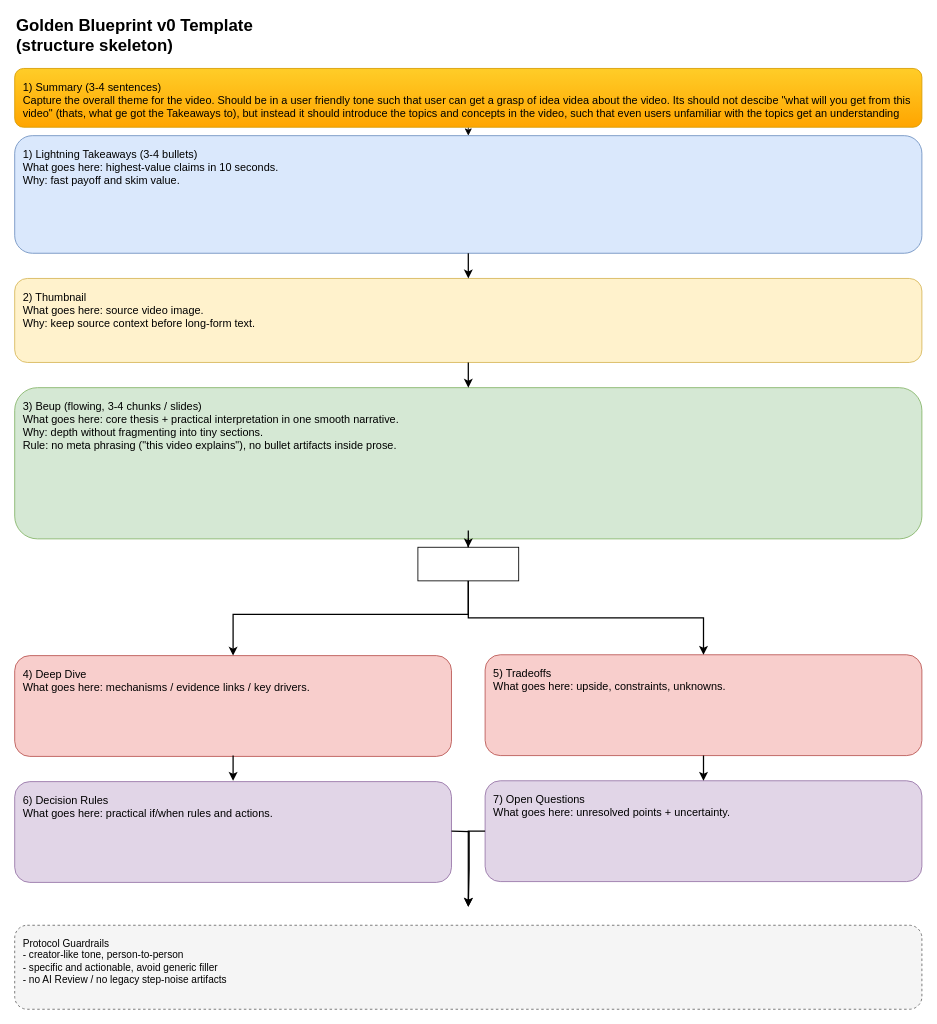
Above: page "Golden BP v0 (Core)" (1 of 2) of docs/golden_blueprint/diagrams/golden_bp_template_v0.drawio in dsvikstrand/remix-of-stackwise-advisor (draw.io), before the change. Source tidied: cells renumbered, new cells numbered last; positions are measured from the earlier drawing's top-left corner, leaving out a move shared by most shapes. Both pictures are drawn from the tidied source at 84%, with x=0, y=0 at pixel (14, 18).
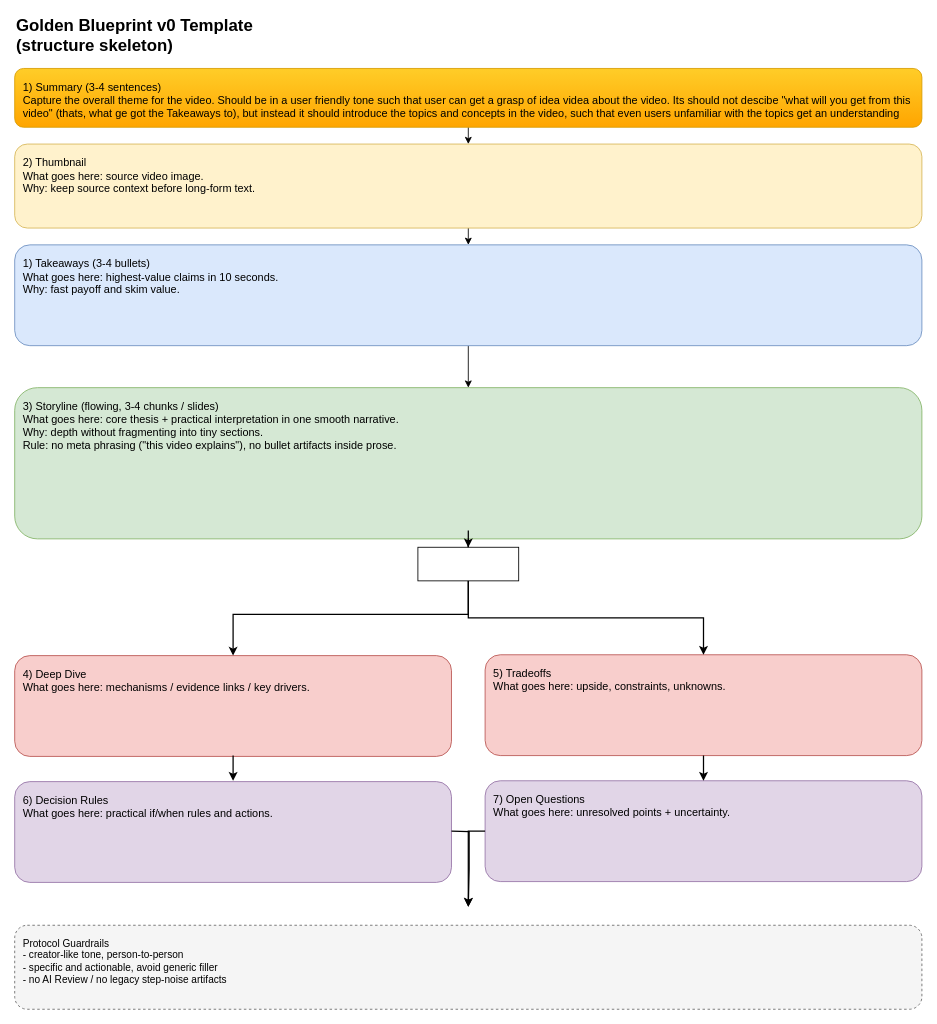
The same page after the edit.

The change refers to these unchanged cells:
```xml
<mxCell id="20" value="1)&amp;nbsp;&lt;span style=&quot;color: rgb(0, 0, 0);&quot;&gt;Summary&amp;nbsp;&lt;/span&gt;(3-4 sentences)&lt;div&gt;Capture the overall theme for the video. Should be in a user friendly tone such that user can get a grasp of idea videa about the video. Its should not descibe &quot;what will you get from this video&quot; (thats, what ge got the Takeaways to), but instead it should introduce the topics and concepts in the video, such that even users unfamiliar with the topics get an understanding&lt;/div&gt;" style="rounded=1;whiteSpace=wrap;html=1;fillColor=#ffcd28;strokeColor=#d79b00;fontSize=13;align=left;verticalAlign=top;spacing=10;gradientColor=#ffa500;" parent="1" vertex="1">
  <mxGeometry y="60" width="1080" height="70" as="geometry" />
</mxCell>
```

Diff of the diagram source:
```diff
@@
+    <mxCell id="23" style="edgeStyle=none;html=1;entryX=0.5;entryY=0;entryDx=0;entryDy=0;" parent="1" edge="1" source="3" target="5">
+      <mxGeometry relative="1" as="geometry" />
+    </mxCell>
-    <mxCell id="3" value="1) Lightning Takeaways (3-4 bullets)&#10;What goes here: highest-value claims in 10 seconds.&#10;Why: fast payoff and skim value." style="rounded=1;whiteSpace=wrap;html=1;fillColor=#dae8fc;strokeColor=#6c8ebf;fontSize=13;align=left;verticalAlign=top;spacing=10;" parent="1" vertex="1">
-      <mxGeometry y="140" width="1080" height="140" as="geometry" />
+    <mxCell id="3" value="1) Takeaways (3-4 bullets)&lt;br&gt;What goes here: highest-value claims in 10 seconds.&lt;br&gt;Why: fast payoff and skim value." style="rounded=1;whiteSpace=wrap;html=1;fillColor=#dae8fc;strokeColor=#6c8ebf;fontSize=13;align=left;verticalAlign=top;spacing=10;" parent="1" vertex="1">
+      <mxGeometry y="270" width="1080" height="120" as="geometry" />
     </mxCell>
+    <mxCell id="24" style="edgeStyle=none;html=1;exitX=0.5;exitY=1;exitDx=0;exitDy=0;entryX=0.5;entryY=0;entryDx=0;entryDy=0;" parent="1" edge="1" source="4" target="3">
+      <mxGeometry relative="1" as="geometry" />
+    </mxCell>
     <mxCell id="4" value="2) Thumbnail&#10;What goes here: source video image.&#10;Why: keep source context before long-form text." style="rounded=1;whiteSpace=wrap;html=1;fillColor=#fff2cc;strokeColor=#d6b656;fontSize=13;align=left;verticalAlign=top;spacing=10;" parent="1" vertex="1">
-      <mxGeometry y="310" width="1080" height="100" as="geometry" />
+      <mxGeometry y="150" width="1080" height="100" as="geometry" />
     </mxCell>
-    <mxCell id="5" value="3) Beup (flowing, 3-4 chunks / slides)&lt;br&gt;What goes here: core thesis + practical interpretation in one smooth narrative.&lt;br&gt;Why: depth without fragmenting into tiny sections.&lt;br&gt;Rule: no meta phrasing (&quot;this video explains&quot;), no bullet artifacts inside prose." style="rounded=1;whiteSpace=wrap;html=1;fillColor=#d5e8d4;strokeColor=#82b366;fontSize=13;align=left;verticalAlign=top;spacing=10;" parent="1" vertex="1">
+    <mxCell id="5" value="3) Storyline (flowing, 3-4 chunks / slides)&lt;br&gt;What goes here: core thesis + practical interpretation in one smooth narrative.&lt;br&gt;Why: depth without fragmenting into tiny sections.&lt;br&gt;Rule: no meta phrasing (&quot;this video explains&quot;), no bullet artifacts inside prose." style="rounded=1;whiteSpace=wrap;html=1;fillColor=#d5e8d4;strokeColor=#82b366;fontSize=13;align=left;verticalAlign=top;spacing=10;" parent="1" vertex="1">
       <mxGeometry y="440" width="1080" height="180" as="geometry" />
     </mxCell>
@@
-    <mxCell id="11" style="edgeStyle=orthogonalEdgeStyle;rounded=0;jettySize=auto;html=1;strokeWidth=1.5;" parent="1" edge="1" source="3" target="4">
-      <mxGeometry relative="1" as="geometry" />
-    </mxCell>
-    <mxCell id="12" style="edgeStyle=orthogonalEdgeStyle;rounded=0;jettySize=auto;html=1;strokeWidth=1.5;" parent="1" edge="1" source="4" target="5">
-      <mxGeometry relative="1" as="geometry" />
-    </mxCell>
@@
-    <mxCell id="19" style="edgeStyle=none;html=1;exitX=0.5;exitY=1;exitDx=0;exitDy=0;entryX=0.5;entryY=0;entryDx=0;entryDy=0;" parent="1" edge="1" source="20" target="3">
-      <mxGeometry relative="1" as="geometry" />
-    </mxCell>
+    <mxCell id="25" style="edgeStyle=none;html=1;exitX=0.5;exitY=1;exitDx=0;exitDy=0;entryX=0.5;entryY=0;entryDx=0;entryDy=0;" parent="1" edge="1" source="20" target="4">
+      <mxGeometry relative="1" as="geometry" />
+    </mxCell>
```
